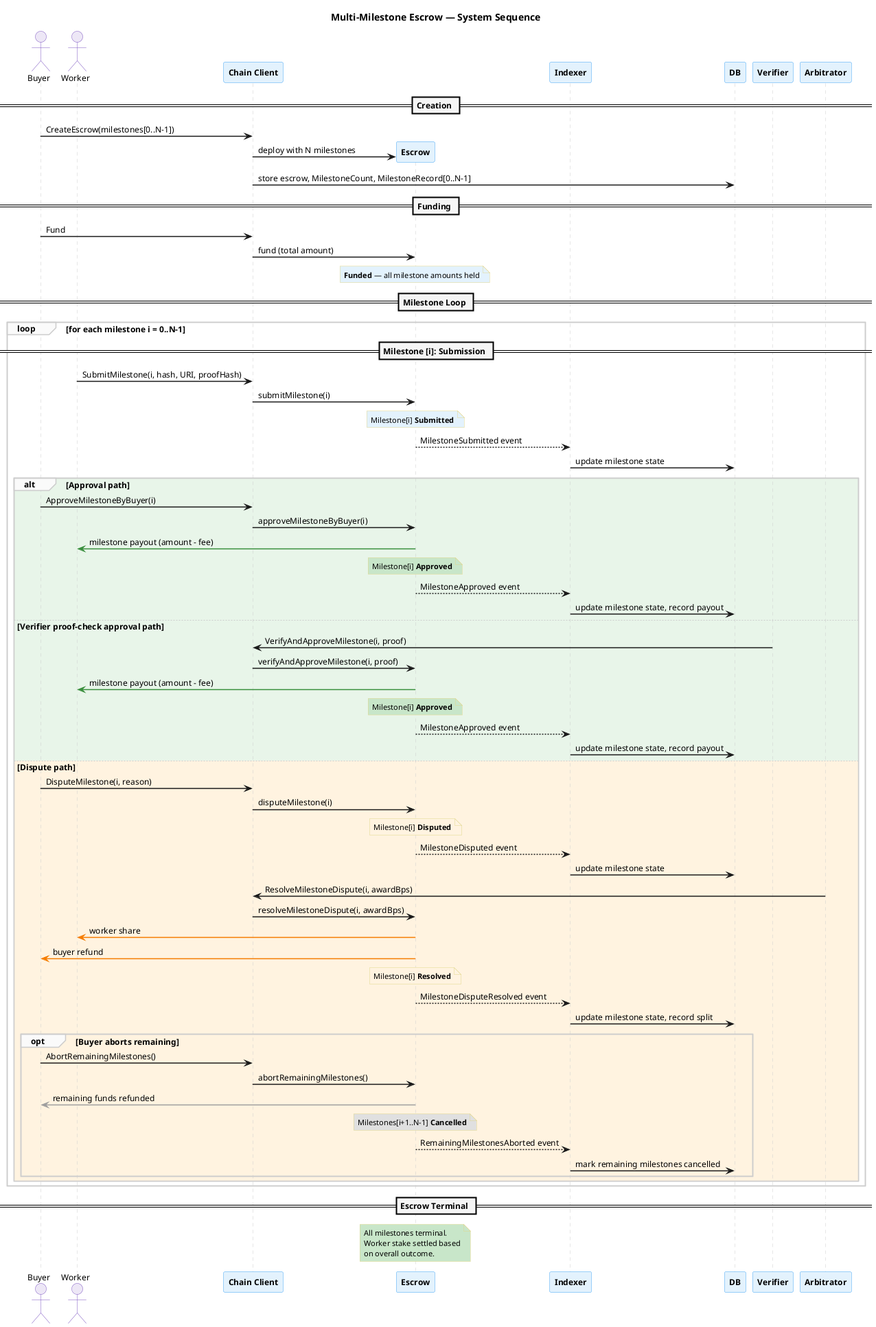
Before: docs/diagrams/milestone-system-sequence.png, a diagram exported from PlantUML (eddiefleurent/agent-escrow).
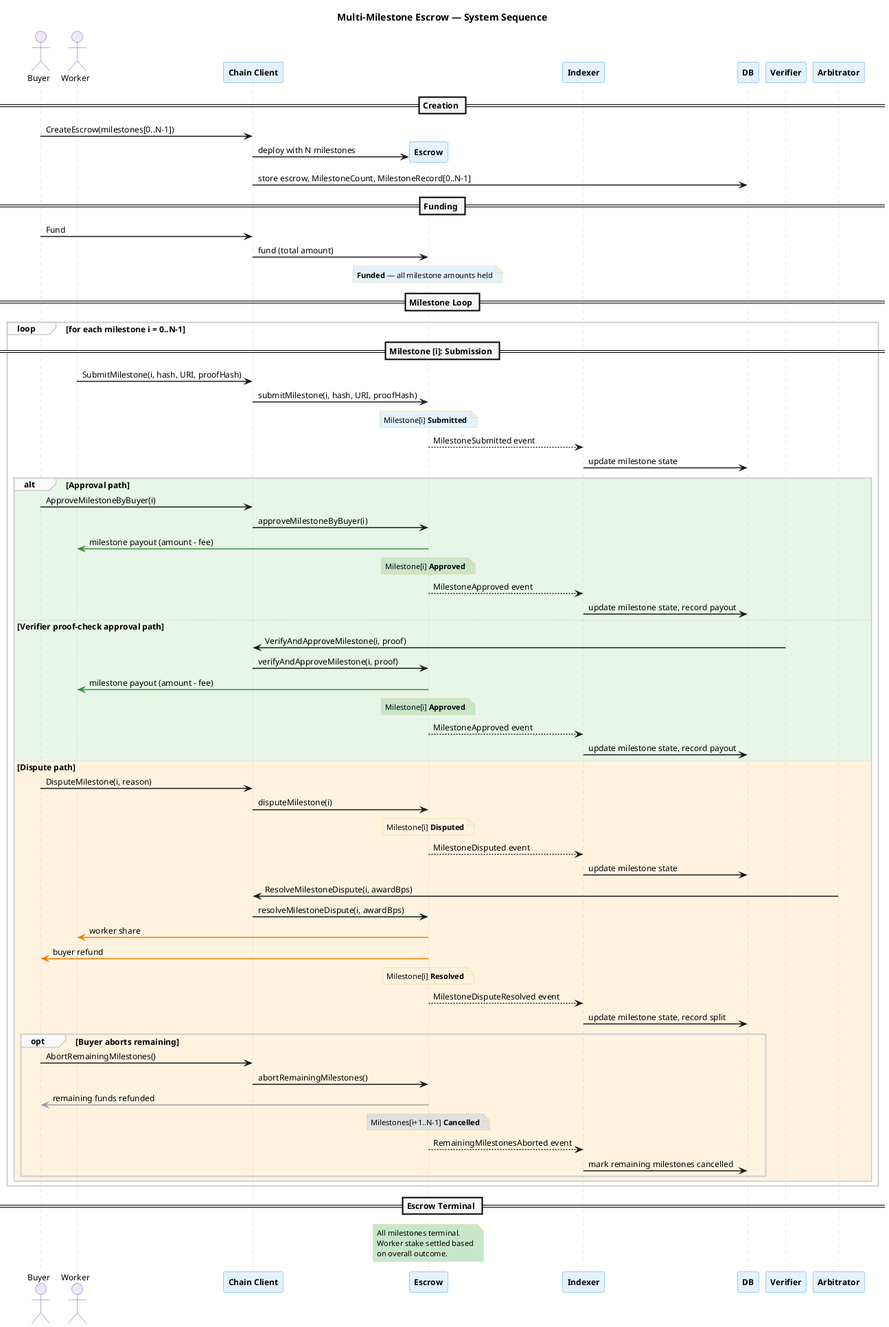
The same file after the commit.

Change to the diagram source:
```diff
@@ -55,7 +55,7 @@
   == Milestone [i]: Submission ==
 
   worker -> chain : SubmitMilestone(i, hash, URI, proofHash)
-  chain -> escrow : submitMilestone(i)
+  chain -> escrow : submitMilestone(i, hash, URI, proofHash)
   note over escrow #E3F2FD : Milestone[i] **Submitted**
   escrow --> indexer : MilestoneSubmitted event
   indexer -> db : update milestone state
```
